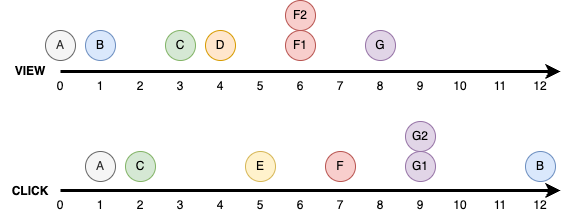
Above: img/kafka/kafka-streams-join-2.drawio.png in windowforsun/blog (draw.io), before the change. Source tidied: cells renumbered, new cells last; positions are measured from the earlier drawing's top-left corner, leaving out a move shared by most shapes.
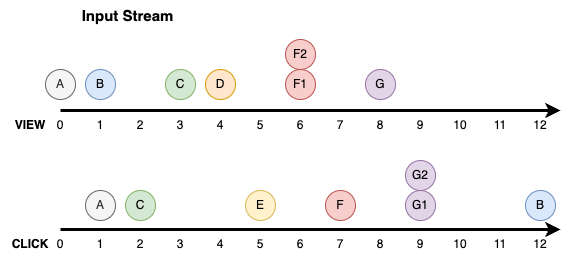
After the change.

Commit message:
kafka-streams-join-2.drawio.png이 추가되었습니다.

Change to the diagram source:
```diff
@@ -9,10 +9,10 @@
       </mxGeometry>
     </mxCell>
     <mxCell id="3" value="&lt;b&gt;VIEW&lt;/b&gt;" style="text;html=1;align=center;verticalAlign=middle;whiteSpace=wrap;rounded=0;" parent="1" vertex="1">
-      <mxGeometry y="56" width="60" height="30" as="geometry" />
+      <mxGeometry y="71" width="60" height="30" as="geometry" />
     </mxCell>
     <mxCell id="4" value="&lt;b&gt;CLICK&lt;/b&gt;" style="text;html=1;align=center;verticalAlign=middle;whiteSpace=wrap;rounded=0;" parent="1" vertex="1">
-      <mxGeometry y="176" width="60" height="30" as="geometry" />
+      <mxGeometry y="190" width="60" height="30" as="geometry" />
     </mxCell>
     <mxCell id="5" value="1" style="text;html=1;align=center;verticalAlign=middle;whiteSpace=wrap;rounded=0;" parent="1" vertex="1">
       <mxGeometry x="90" y="71" width="20" height="30" as="geometry" />
@@ -140,5 +140,8 @@
     <mxCell id="45" value="G2" style="ellipse;whiteSpace=wrap;html=1;fillColor=#e1d5e7;strokeColor=#9673a6;" parent="1" vertex="1">
       <mxGeometry x="405" y="121" width="30" height="30" as="geometry" />
     </mxCell>
+    <mxCell id="46" value="&lt;b&gt;&lt;font style=&quot;font-size: 15px;&quot;&gt;Input Stream&lt;/font&gt;&lt;/b&gt;" style="text;html=1;align=center;verticalAlign=middle;whiteSpace=wrap;rounded=0;labelPosition=center;verticalLabelPosition=middle;" parent="1" vertex="1">
+      <mxGeometry x="20" y="-39" width="215" height="30" as="geometry" />
+    </mxCell>
   </root>
 </mxGraphModel>
```
